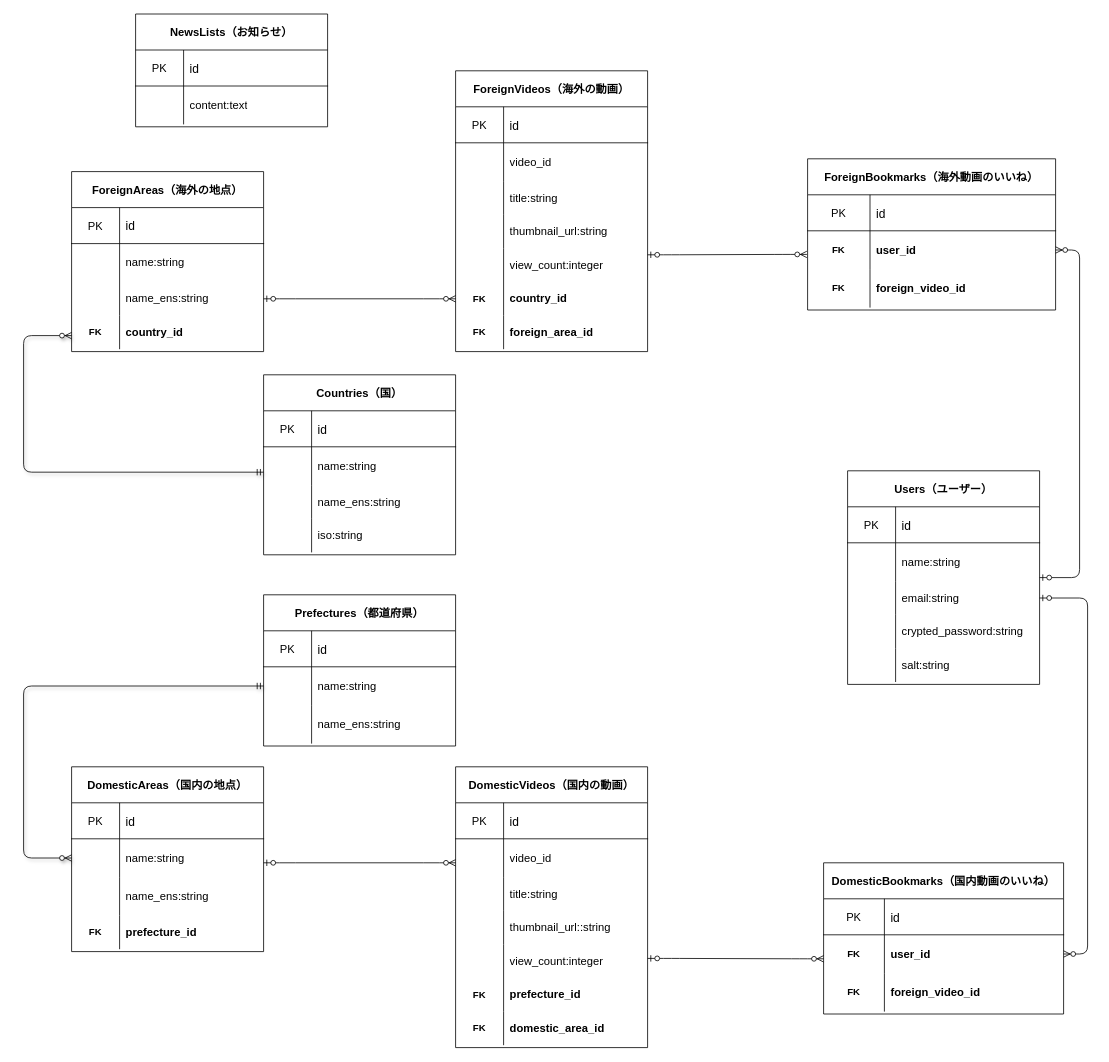
Earlier version of the draw.io diagram er.drawio (O-H-K-N/waik-tour-rails). Source tidied: cells renumbered, new cells numbered last; positions are measured from the earlier drawing's top-left corner, leaving out a move shared by most shapes. Both pictures are drawn from the tidied source at 80%, with x=0, y=0 at pixel (23, 14).
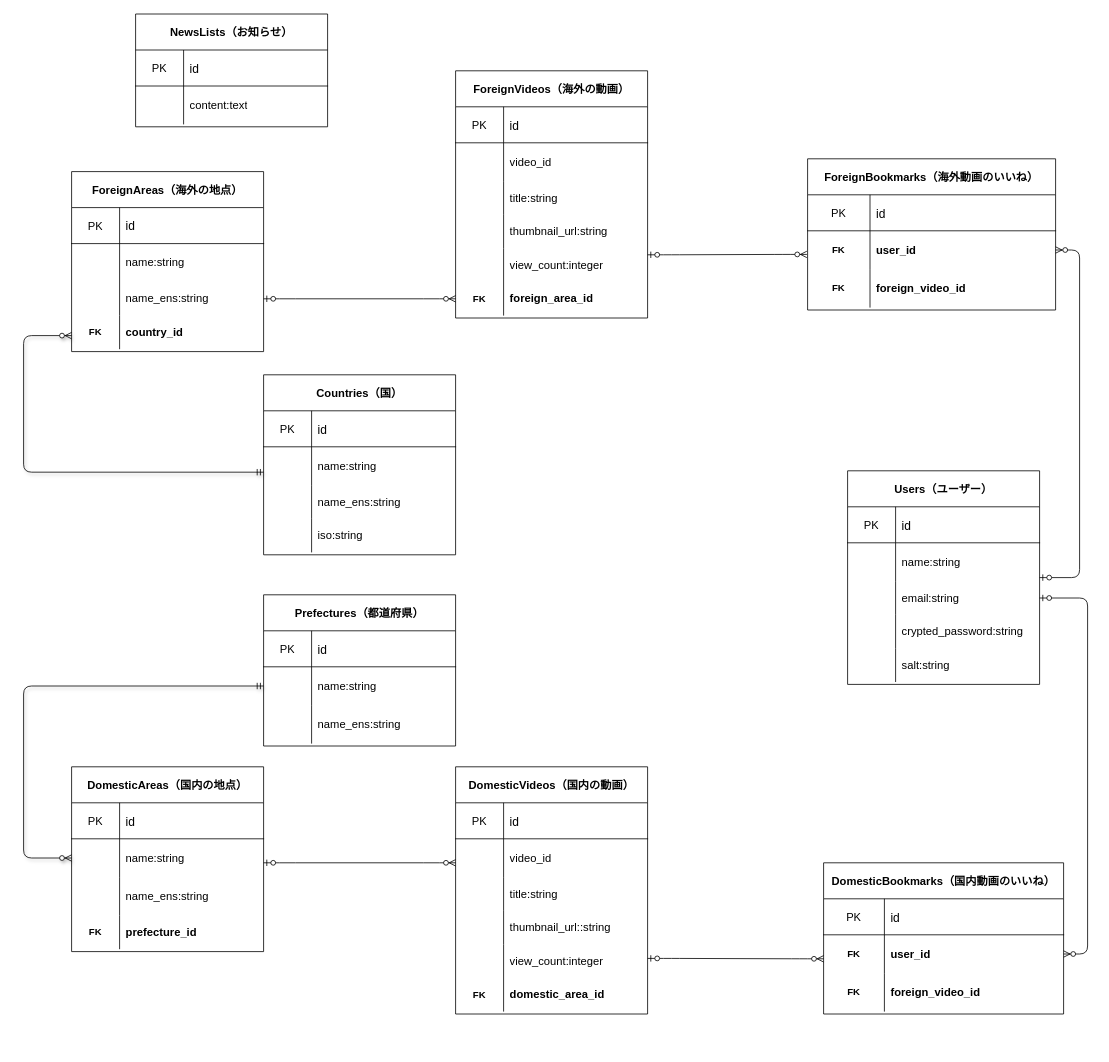
Above is the later version.

Diff of the diagram source:
```diff
@@
     <mxCell id="67" value="DomesticVideos（国内の動画）" style="shape=table;startSize=45;childLayout=tableLayout;rowLines=0;fontStyle=1;align=center;fontSize=14;strokeWidth=1;" parent="1" vertex="1">
-      <mxGeometry x="540" y="941" width="240" height="351" as="geometry" />
+      <mxGeometry x="540" y="941" width="240" height="309" as="geometry" />
     </mxCell>
@@
-    <mxCell id="83" style="shape=partialRectangle;html=1;whiteSpace=wrap;fillColor=none;top=0;left=0;bottom=0;right=0;" parent="67" vertex="1">
-      <mxGeometry y="264" width="240" height="42" as="geometry" />
-    </mxCell>
-    <mxCell id="84" value="&lt;span style=&quot;font-weight: 700&quot;&gt;FK&lt;/span&gt;" style="shape=partialRectangle;html=1;whiteSpace=wrap;fillColor=none;top=0;left=0;bottom=0;right=0;overflow=hidden;" parent="83" vertex="1">
-      <mxGeometry width="60" height="42" as="geometry" />
-    </mxCell>
-    <mxCell id="85" value="&lt;span style=&quot;text-align: center;&quot;&gt;prefecture&lt;/span&gt;&lt;span style=&quot;text-align: center;&quot;&gt;_id&lt;/span&gt;" style="shape=partialRectangle;html=1;whiteSpace=wrap;fillColor=none;top=0;left=0;bottom=0;right=0;align=left;spacingLeft=6;overflow=hidden;fontSize=14;fontStyle=1;" parent="83" vertex="1">
-      <mxGeometry x="60" width="180" height="42" as="geometry" />
-    </mxCell>
     <mxCell id="86" style="shape=partialRectangle;html=1;whiteSpace=wrap;fillColor=none;top=0;left=0;bottom=0;right=0;" parent="67" vertex="1">
-      <mxGeometry y="306" width="240" height="42" as="geometry" />
+      <mxGeometry y="264" width="240" height="42" as="geometry" />
     </mxCell>
@@
     <mxCell id="89" value="ForeignVideos（海外の動画）" style="shape=table;startSize=45;childLayout=tableLayout;rowLines=0;fontStyle=1;align=center;fontSize=14;strokeWidth=1;" parent="1" vertex="1">
-      <mxGeometry x="540" y="71" width="240" height="351" as="geometry" />
+      <mxGeometry x="540" y="71" width="240" height="309" as="geometry" />
     </mxCell>
@@
-    <mxCell id="105" style="shape=partialRectangle;html=1;whiteSpace=wrap;fillColor=none;top=0;left=0;bottom=0;right=0;" parent="89" vertex="1">
-      <mxGeometry y="264" width="240" height="42" as="geometry" />
-    </mxCell>
-    <mxCell id="106" value="&lt;span style=&quot;font-weight: 700&quot;&gt;FK&lt;/span&gt;" style="shape=partialRectangle;html=1;whiteSpace=wrap;fillColor=none;top=0;left=0;bottom=0;right=0;overflow=hidden;" parent="105" vertex="1">
-      <mxGeometry width="60" height="42" as="geometry" />
-    </mxCell>
-    <mxCell id="107" value="&lt;span style=&quot;text-align: center&quot;&gt;country_id&lt;/span&gt;" style="shape=partialRectangle;html=1;whiteSpace=wrap;fillColor=none;top=0;left=0;bottom=0;right=0;align=left;spacingLeft=6;overflow=hidden;fontSize=14;fontStyle=1;" parent="105" vertex="1">
-      <mxGeometry x="60" width="180" height="42" as="geometry" />
-    </mxCell>
     <mxCell id="108" style="shape=partialRectangle;html=1;whiteSpace=wrap;fillColor=none;top=0;left=0;bottom=0;right=0;" parent="89" vertex="1">
-      <mxGeometry y="306" width="240" height="42" as="geometry" />
+      <mxGeometry y="264" width="240" height="42" as="geometry" />
     </mxCell>
```
